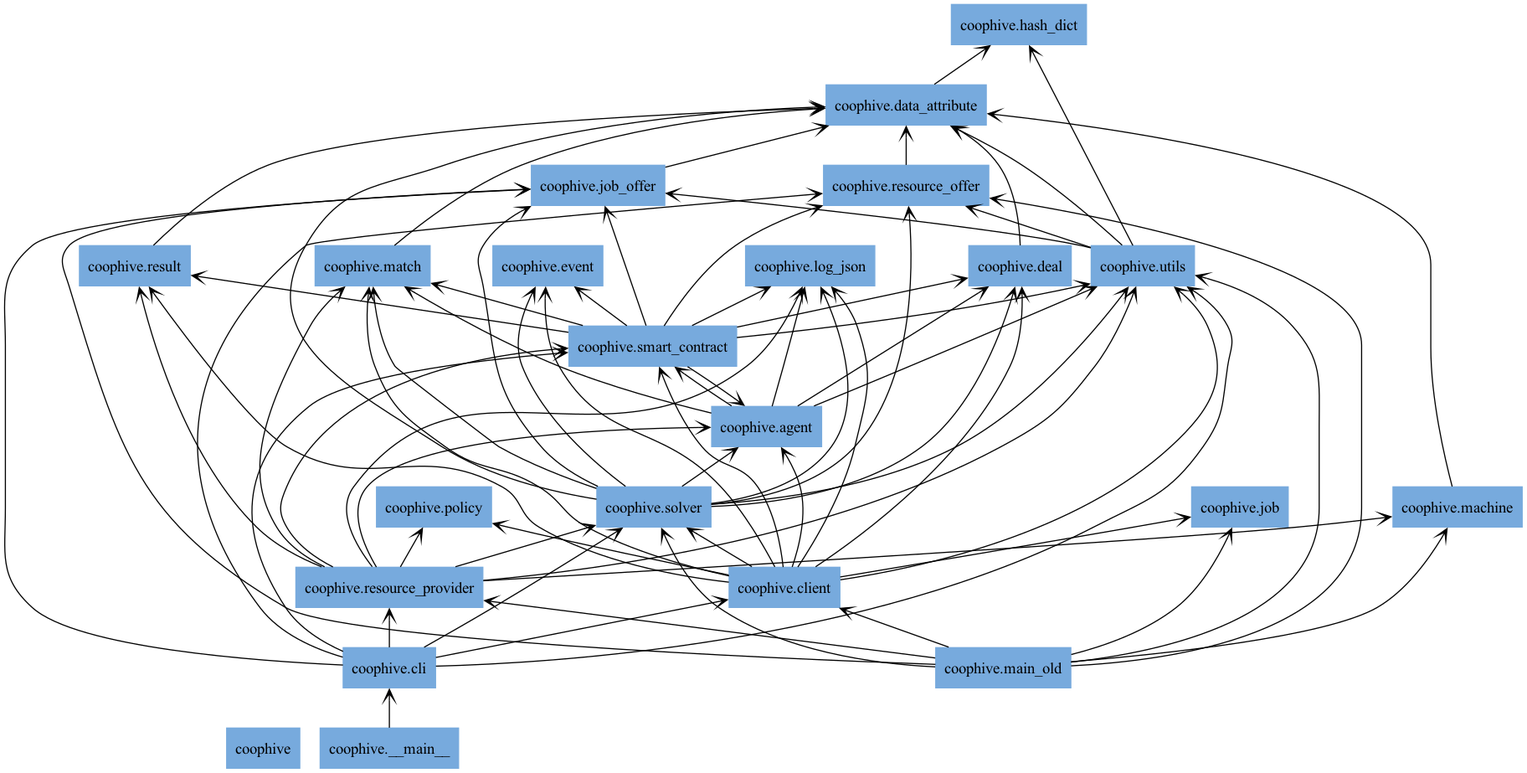
This is docs/img/packages_coophive.png from CoopHive/Apiary, a Graphviz export, as it was before one commit. Its source is kept beside it as docs/img/packages_coophive.dot.
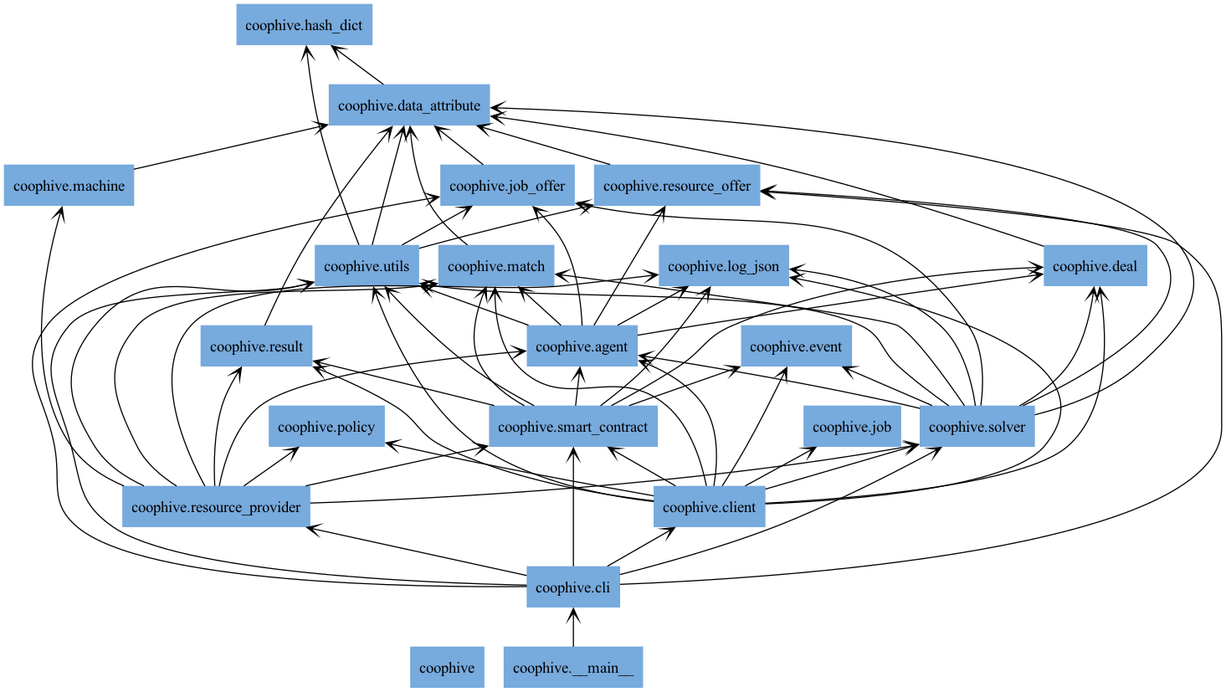
The same file after the commit.

The edit, as a diff of the source:
```diff
@@ -14,7 +14,6 @@
 "coophive.job_offer" [color="#77AADD", label=<coophive.job_offer>, shape="box", style="filled"];
 "coophive.log_json" [color="#77AADD", label=<coophive.log_json>, shape="box", style="filled"];
 "coophive.machine" [color="#77AADD", label=<coophive.machine>, shape="box", style="filled"];
-"coophive.main_old" [color="#77AADD", label=<coophive.main_old>, shape="box", style="filled"];
 "coophive.match" [color="#77AADD", label=<coophive.match>, shape="box", style="filled"];
 "coophive.policy" [color="#77AADD", label=<coophive.policy>, shape="box", style="filled"];
 "coophive.resource_offer" [color="#77AADD", label=<coophive.resource_offer>, shape="box", style="filled"];
@@ -25,9 +24,10 @@
 "coophive.utils" [color="#77AADD", label=<coophive.utils>, shape="box", style="filled"];
 "coophive.__main__" -> "coophive.cli" [arrowhead="open", arrowtail="none"];
 "coophive.agent" -> "coophive.deal" [arrowhead="open", arrowtail="none"];
+"coophive.agent" -> "coophive.job_offer" [arrowhead="open", arrowtail="none"];
 "coophive.agent" -> "coophive.log_json" [arrowhead="open", arrowtail="none"];
 "coophive.agent" -> "coophive.match" [arrowhead="open", arrowtail="none"];
-"coophive.agent" -> "coophive.smart_contract" [arrowhead="open", arrowtail="none"];
+"coophive.agent" -> "coophive.resource_offer" [arrowhead="open", arrowtail="none"];
 "coophive.agent" -> "coophive.utils" [arrowhead="open", arrowtail="none"];
 "coophive.cli" -> "coophive.client" [arrowhead="open", arrowtail="none"];
 "coophive.cli" -> "coophive.job_offer" [arrowhead="open", arrowtail="none"];
@@ -51,14 +51,6 @@
 "coophive.deal" -> "coophive.data_attribute" [arrowhead="open", arrowtail="none"];
 "coophive.job_offer" -> "coophive.data_attribute" [arrowhead="open", arrowtail="none"];
 "coophive.machine" -> "coophive.data_attribute" [arrowhead="open", arrowtail="none"];
-"coophive.main_old" -> "coophive.client" [arrowhead="open", arrowtail="none"];
-"coophive.main_old" -> "coophive.job" [arrowhead="open", arrowtail="none"];
-"coophive.main_old" -> "coophive.job_offer" [arrowhead="open", arrowtail="none"];
-"coophive.main_old" -> "coophive.machine" [arrowhead="open", arrowtail="none"];
-"coophive.main_old" -> "coophive.resource_offer" [arrowhead="open", arrowtail="none"];
-"coophive.main_old" -> "coophive.resource_provider" [arrowhead="open", arrowtail="none"];
-"coophive.main_old" -> "coophive.solver" [arrowhead="open", arrowtail="none"];
-"coophive.main_old" -> "coophive.utils" [arrowhead="open", arrowtail="none"];
 "coophive.match" -> "coophive.data_attribute" [arrowhead="open", arrowtail="none"];
 "coophive.resource_offer" -> "coophive.data_attribute" [arrowhead="open", arrowtail="none"];
 "coophive.resource_provider" -> "coophive.agent" [arrowhead="open", arrowtail="none"];
@@ -74,10 +66,8 @@
 "coophive.smart_contract" -> "coophive.agent" [arrowhead="open", arrowtail="none"];
 "coophive.smart_contract" -> "coophive.deal" [arrowhead="open", arrowtail="none"];
 "coophive.smart_contract" -> "coophive.event" [arrowhead="open", arrowtail="none"];
-"coophive.smart_contract" -> "coophive.job_offer" [arrowhead="open", arrowtail="none"];
 "coophive.smart_contract" -> "coophive.log_json" [arrowhead="open", arrowtail="none"];
 "coophive.smart_contract" -> "coophive.match" [arrowhead="open", arrowtail="none"];
-"coophive.smart_contract" -> "coophive.resource_offer" [arrowhead="open", arrowtail="none"];
 "coophive.smart_contract" -> "coophive.result" [arrowhead="open", arrowtail="none"];
 "coophive.smart_contract" -> "coophive.utils" [arrowhead="open", arrowtail="none"];
 "coophive.solver" -> "coophive.agent" [arrowhead="open", arrowtail="none"];
```
